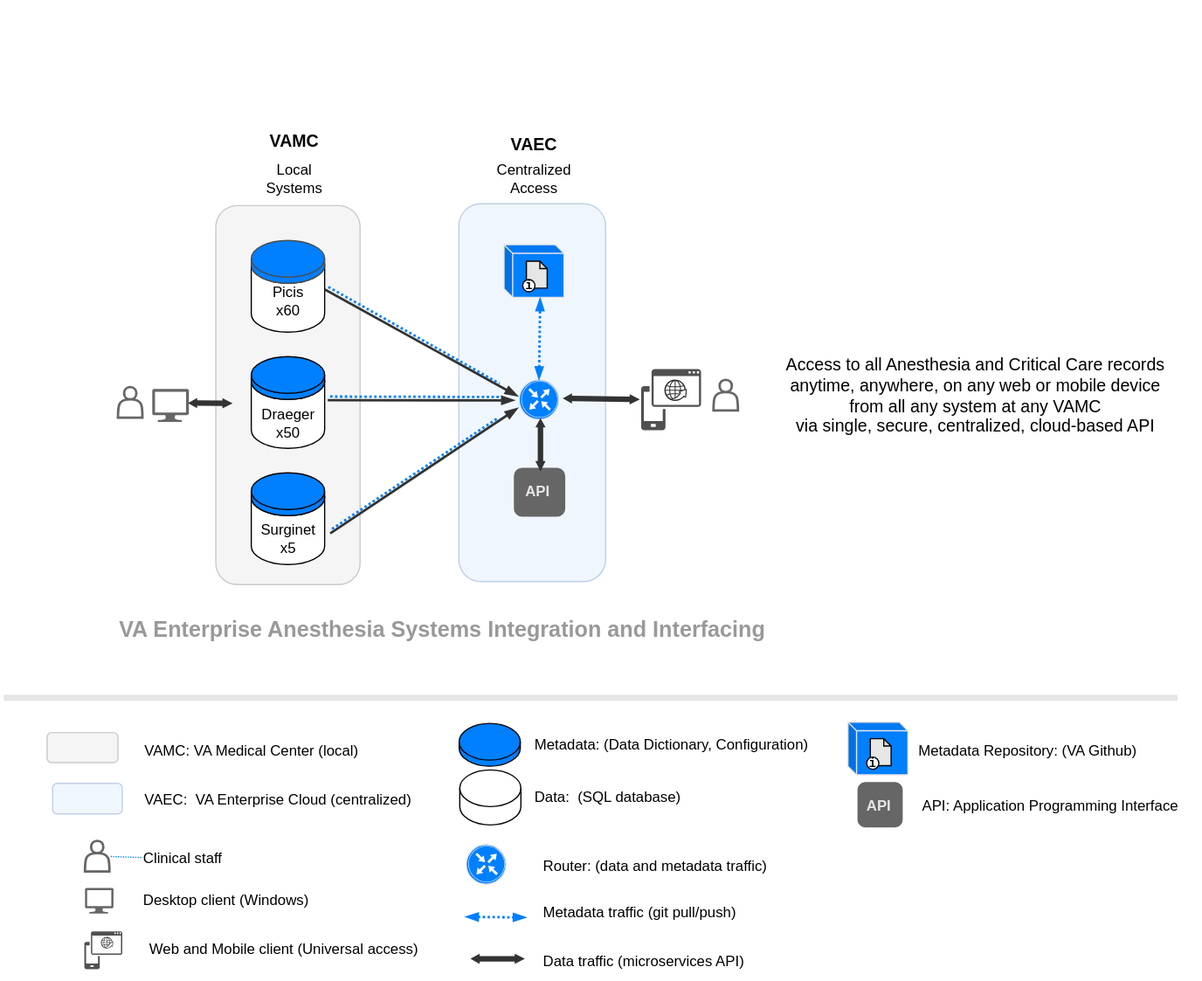
Before: img/integration4.svg, a diagram exported from draw.io (va-anesthesia/integration). Source tidied: cells renumbered, new cells last; positions are measured from the earlier drawing's top-left corner, leaving out a move shared by most shapes.
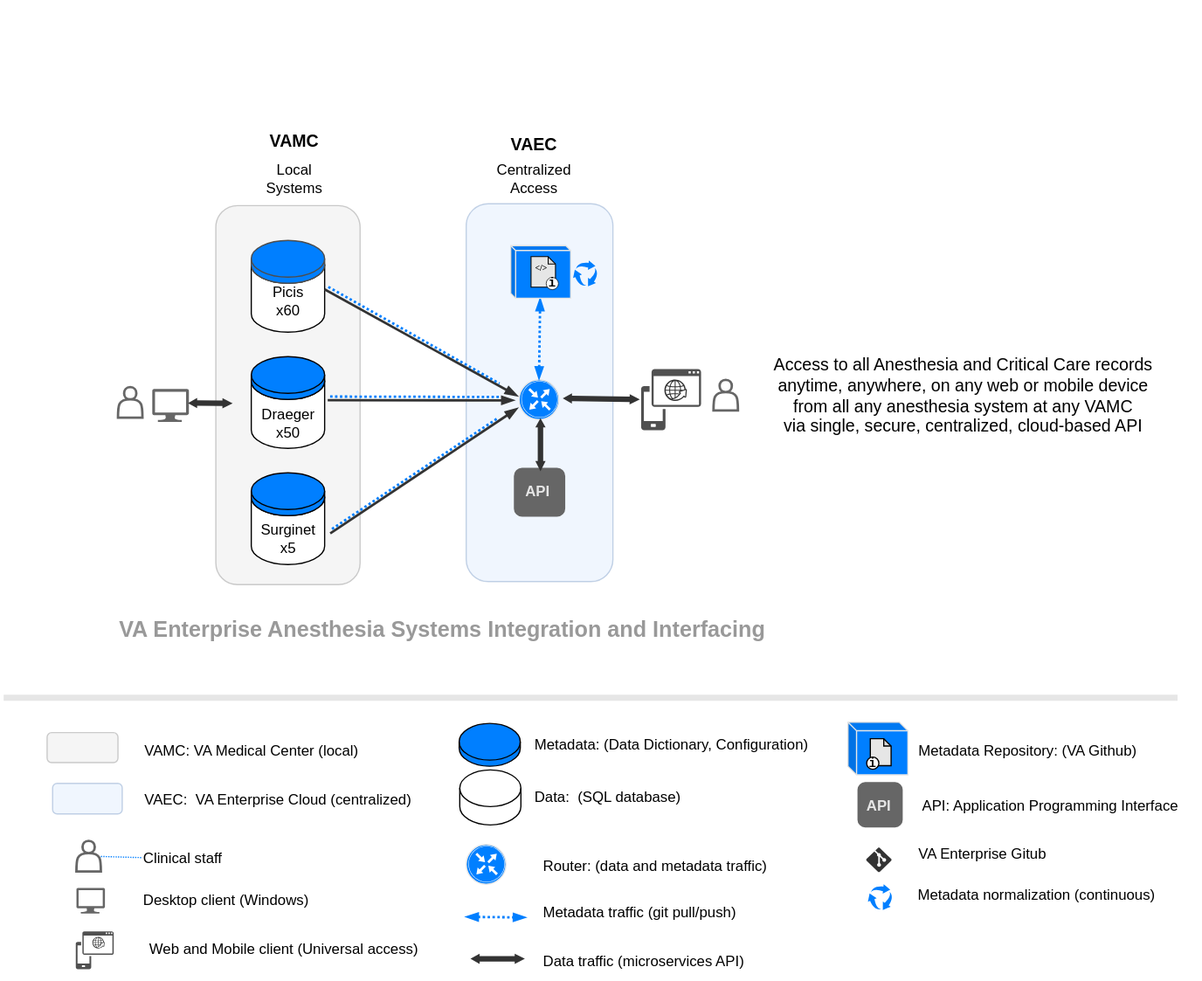
After the commit.

The edit, as a diff of the source:
```diff
@@ -72,7 +72,7 @@
       <mxGeometry x="696.2" y="644" width="40" height="30" as="geometry" />
     </mxCell>
     <mxCell id="23" style="sketch=0;shadow=0;dashed=0;html=1;strokeColor=none;labelPosition=center;verticalLabelPosition=bottom;verticalAlign=top;align=center;fillColor=#666666;shape=mxgraph.azure.computer;labelBackgroundColor=default;fontSize=14;" parent="1" vertex="1">
-      <mxGeometry x="67" y="725.5" width="23.3" height="21" as="geometry" />
+      <mxGeometry x="60" y="725.5" width="23.3" height="21" as="geometry" />
     </mxCell>
     <mxCell id="24" value="Desktop client (Windows)" style="text;html=1;align=left;verticalAlign=middle;strokeColor=none;fillColor=none;" parent="1" vertex="1">
       <mxGeometry x="113" y="721" width="160" height="30" as="geometry" />
@@ -87,10 +87,10 @@
       <mxGeometry x="113" y="687" width="90" height="30" as="geometry" />
     </mxCell>
     <mxCell id="28" style="shape=actor;whiteSpace=wrap;html=1;labelBackgroundColor=default;strokeColor=#666666;fontSize=14;fillColor=#FFFFFF;strokeWidth=2;" parent="1" vertex="1">
-      <mxGeometry x="67" y="687" width="20" height="25" as="geometry" />
+      <mxGeometry x="60" y="687" width="20" height="25" as="geometry" />
     </mxCell>
     <mxCell id="29" style="rounded=1;whiteSpace=wrap;html=1;labelBackgroundColor=default;strokeColor=#6c8ebf;strokeWidth=1;fontSize=14;fillColor=#dae8fc;opacity=40;" parent="1" vertex="1">
-      <mxGeometry x="372.8" y="166" width="120" height="309" as="geometry" />
+      <mxGeometry x="378.8" y="166" width="120" height="309" as="geometry" />
     </mxCell>
     <mxCell id="30" style="rounded=1;whiteSpace=wrap;html=1;labelBackgroundColor=default;strokeColor=#808080;strokeWidth=1;fontSize=14;fillColor=#E6E6E6;opacity=40;" parent="1" vertex="1">
       <mxGeometry x="174" y="167.5" width="118" height="310" as="geometry" />
@@ -173,11 +173,10 @@
         <mxPoint x="421.2" y="333" as="targetPoint" />
       </mxGeometry>
     </mxCell>
-    <mxCell id="53" style="shape=cube;whiteSpace=wrap;html=1;boundedLbl=1;backgroundOutline=1;darkOpacity=0.05;darkOpacity2=0.1;fontSize=14;fillColor=#007FFF;size=7;strokeColor=#E6E6E6;" parent="1" vertex="1">
-      <mxGeometry x="409.8" y="199.5" width="49" height="43" as="geometry" />
-    </mxCell>
-    <mxCell id="54" style="endArrow=blockThin;dashed=1;html=1;entryX=0.602;entryY=1.007;entryDx=0;entryDy=0;entryPerimeter=0;exitX=0.5;exitY=0;exitDx=0;exitDy=0;strokeColor=#007FFF;strokeWidth=2;startArrow=blockThin;startFill=1;endFill=1;dashPattern=1 1;" parent="1" edge="1" source="46" target="53">
-      <mxGeometry relative="1" as="geometry" />
+    <mxCell id="54" style="endArrow=blockThin;dashed=1;html=1;entryX=0.602;entryY=1.007;entryDx=0;entryDy=0;entryPerimeter=0;exitX=0.5;exitY=0;exitDx=0;exitDy=0;strokeColor=#007FFF;strokeWidth=2;startArrow=blockThin;startFill=1;endFill=1;dashPattern=1 1;" parent="1" edge="1" source="46">
+      <mxGeometry relative="1" as="geometry">
+        <mxPoint x="439.2" y="242.8" as="targetPoint" />
+      </mxGeometry>
     </mxCell>
     <mxCell id="55" style="sketch=0;shadow=0;dashed=0;html=1;strokeColor=none;labelPosition=center;verticalLabelPosition=bottom;verticalAlign=top;align=center;fillColor=#666666;shape=mxgraph.azure.computer;labelBackgroundColor=default;fontSize=14;" parent="1" vertex="1">
       <mxGeometry x="122" y="317.5" width="30" height="27" as="geometry" />
@@ -203,18 +202,6 @@
         </Array>
       </mxGeometry>
     </mxCell>
-    <mxCell id="60" style="group;" parent="1" vertex="1">
-      <mxGeometry x="415" y="213" width="35.5" height="33" as="geometry" />
-    </mxCell>
-    <mxCell id="61" style="shape=note;whiteSpace=wrap;html=1;backgroundOutline=1;darkOpacity=0.05;labelBackgroundColor=none;strokeColor=default;strokeWidth=1;fontFamily=Courier New;fontSize=12;fillColor=#E6E6E6;size=6;" parent="60" vertex="1">
-      <mxGeometry x="13" width="17" height="22" as="geometry" />
-    </mxCell>
-    <mxCell id="62" style="ellipse;whiteSpace=wrap;html=1;labelBackgroundColor=none;strokeColor=default;strokeWidth=1;fontFamily=Courier New;fontSize=18;fillColor=default;" parent="60" vertex="1">
-      <mxGeometry x="10" y="15" width="10" height="10" as="geometry" />
-    </mxCell>
-    <mxCell id="63" value="&lt;font face=&quot;Courier New&quot; size=&quot;1&quot;&gt;&lt;b style=&quot;&quot;&gt;i&lt;/b&gt;&lt;/font&gt;" style="text;html=1;align=center;verticalAlign=middle;strokeColor=none;fillColor=none;fontSize=14;" parent="60" vertex="1">
-      <mxGeometry y="3" width="30" height="30" as="geometry" />
-    </mxCell>
     <mxCell id="64" style="sketch=0;shadow=0;dashed=0;html=1;strokeColor=none;labelPosition=center;verticalLabelPosition=bottom;verticalAlign=top;align=center;fillColor=#505050;shape=mxgraph.mscae.intune.device_os;fontColor=#E6E6E6;" parent="1" vertex="1">
       <mxGeometry x="521.8" y="301.2" width="49" height="50" as="geometry" />
     </mxCell>
@@ -224,8 +211,8 @@
     <mxCell id="66" style="shape=actor;whiteSpace=wrap;html=1;labelBackgroundColor=default;strokeColor=#666666;fontSize=14;fillColor=#FFFFFF;strokeWidth=2;" parent="1" vertex="1">
       <mxGeometry x="581" y="310" width="20" height="25" as="geometry" />
     </mxCell>
-    <mxCell id="67" value="Access to all Anesthesia and Critical Care records&lt;br style=&quot;font-size: 14px;&quot;&gt;anytime, anywhere, on any web or mobile device&amp;nbsp;&lt;br style=&quot;font-size: 14px;&quot;&gt;&amp;nbsp;from all any system at any VAMC&lt;br style=&quot;border-color: var(--border-color); font-size: 14px;&quot;&gt;via single, secure, centralized, cloud-based API" style="text;html=1;align=center;verticalAlign=middle;strokeColor=none;fillColor=none;labelBorderColor=none;fontColor=default;fontSize=14;" parent="1" vertex="1">
-      <mxGeometry x="630.5" y="282.5" width="330" height="80" as="geometry" />
+    <mxCell id="67" value="Access to all Anesthesia and Critical Care records&lt;br style=&quot;font-size: 14px;&quot;&gt;anytime, anywhere, on any web or mobile device&amp;nbsp;&lt;br style=&quot;font-size: 14px;&quot;&gt;&amp;nbsp;from all any anesthesia system at any VAMC&lt;br style=&quot;border-color: var(--border-color); font-size: 14px;&quot;&gt;via single, secure, centralized, cloud-based API" style="text;html=1;align=center;verticalAlign=middle;strokeColor=none;fillColor=none;labelBorderColor=none;fontColor=default;fontSize=14;" parent="1" vertex="1">
+      <mxGeometry x="619.7" y="282.5" width="330" height="80" as="geometry" />
     </mxCell>
     <mxCell id="68" style="endArrow=none;html=1;strokeWidth=5;strokeColor=#E6E6E6;" parent="1" edge="1">
       <mxGeometry relative="1" as="geometry">
@@ -273,7 +260,7 @@
       <mxGeometry y="3" width="30" height="30" as="geometry" />
     </mxCell>
     <mxCell id="79" style="group;" parent="1" vertex="1">
-      <mxGeometry x="66.5" y="761" width="31" height="31" as="geometry" />
+      <mxGeometry x="59.5" y="761" width="31" height="31" as="geometry" />
     </mxCell>
     <mxCell id="80" style="sketch=0;shadow=0;dashed=0;html=1;strokeColor=none;labelPosition=center;verticalLabelPosition=bottom;verticalAlign=top;align=center;fillColor=#505050;shape=mxgraph.mscae.intune.device_os;fontColor=#E6E6E6;" parent="79" vertex="1">
       <mxGeometry width="31" height="31" as="geometry" />
@@ -281,5 +268,47 @@
     <mxCell id="81" style="sketch=0;html=1;strokeColor=none;shadow=0;align=center;verticalAlign=top;fillColor=#333333;shape=mxgraph.gcp2.globe_world;fontColor=#E6E6E6;" parent="79" vertex="1">
       <mxGeometry x="13.6" y="4.5" width="10" height="9.5" as="geometry" />
     </mxCell>
+    <mxCell id="82" value="Metadata normalization (continuous)" style="text;html=1;align=center;verticalAlign=middle;strokeColor=none;fillColor=none;" parent="1" vertex="1">
+      <mxGeometry x="734.8" y="716.5" width="220" height="30" as="geometry" />
+    </mxCell>
+    <mxCell id="83" style="sketch=0;html=1;strokeColor=none;shadow=0;align=center;verticalAlign=top;fillColor=#007FFF;shape=mxgraph.gcp2.arrow_cycle;direction=south;" parent="1" vertex="1">
+      <mxGeometry x="466.2" y="212.5" width="19.9" height="21" as="geometry" />
+    </mxCell>
+    <mxCell id="84" style="group;" parent="1" vertex="1">
+      <mxGeometry x="407.8" y="200.2" width="57.4" height="51.5" as="geometry" />
+    </mxCell>
+    <mxCell id="85" style="shape=cube;whiteSpace=wrap;html=1;boundedLbl=1;backgroundOutline=1;darkOpacity=0.05;darkOpacity2=0.1;fontSize=14;fillColor=#007FFF;size=4;strokeColor=#E6E6E6;" parent="84" vertex="1">
+      <mxGeometry x="7.4" width="49" height="43" as="geometry" />
+    </mxCell>
+    <mxCell id="61" style="shape=note;whiteSpace=wrap;html=1;backgroundOutline=1;darkOpacity=0.05;labelBackgroundColor=none;strokeColor=default;strokeWidth=0.75;fontFamily=Courier New;fontSize=12;fillColor=#E6E6E6;size=6;" parent="84" vertex="1">
+      <mxGeometry x="24" y="9" width="20" height="25" as="geometry" />
+    </mxCell>
+    <mxCell id="86" value="&lt;font style=&quot;font-size: 7px;&quot; face=&quot;Verdana&quot;&gt;&amp;lt;/&amp;gt;&lt;/font&gt;" style="text;html=1;align=center;verticalAlign=middle;strokeColor=none;fillColor=none;fontSize=7;fontStyle=1;" parent="84" vertex="1">
+      <mxGeometry x="12" y="9" width="40" height="20" as="geometry" />
+    </mxCell>
+    <mxCell id="87" style="group;" parent="84" vertex="1">
+      <mxGeometry x="26.4" y="16" width="30" height="30" as="geometry" />
+    </mxCell>
+    <mxCell id="62" style="ellipse;whiteSpace=wrap;html=1;labelBackgroundColor=none;strokeColor=default;strokeWidth=0.5;fontFamily=Courier New;fontSize=18;fillColor=default;" parent="87" vertex="1">
+      <mxGeometry x="10" y="10" width="10" height="10" as="geometry" />
+    </mxCell>
+    <mxCell id="63" value="&lt;font face=&quot;Courier New&quot; style=&quot;font-size: 10px;&quot;&gt;&lt;b style=&quot;font-size: 10px;&quot;&gt;i&lt;/b&gt;&lt;/font&gt;" style="text;html=1;align=center;verticalAlign=middle;strokeColor=none;fillColor=none;fontSize=10;" parent="87" vertex="1">
+      <mxGeometry width="30" height="30" as="geometry" />
+    </mxCell>
+    <mxCell id="88" value="VA Enterprise Gitub" style="text;html=1;align=left;verticalAlign=middle;strokeColor=none;fillColor=none;" parent="1" vertex="1">
+      <mxGeometry x="746.6" y="682.5" width="130" height="30" as="geometry" />
+    </mxCell>
+    <mxCell id="89" style="sketch=0;html=1;strokeColor=none;shadow=0;align=center;verticalAlign=top;fillColor=#007FFF;shape=mxgraph.gcp2.arrow_cycle;direction=south;" parent="1" vertex="1">
+      <mxGeometry x="707.3" y="722.5" width="19.9" height="21" as="geometry" />
+    </mxCell>
+    <mxCell id="90" style="group;" parent="1" vertex="1">
+      <mxGeometry x="705.8" y="692.5" width="20.8" height="20" as="geometry" />
+    </mxCell>
+    <mxCell id="91" style="whiteSpace=wrap;html=1;rotation=-45;strokeColor=none;" parent="90" vertex="1">
+      <mxGeometry x="5.4" y="2.5" width="9.9" height="14" as="geometry" />
+    </mxCell>
+    <mxCell id="92" style="verticalLabelPosition=bottom;html=1;verticalAlign=top;align=center;strokeColor=none;fillColor=#333333;shape=mxgraph.azure.git_repository;" parent="90" vertex="1">
+      <mxGeometry width="20.8" height="20" as="geometry" />
+    </mxCell>
   </root>
 </mxGraphModel>
```
